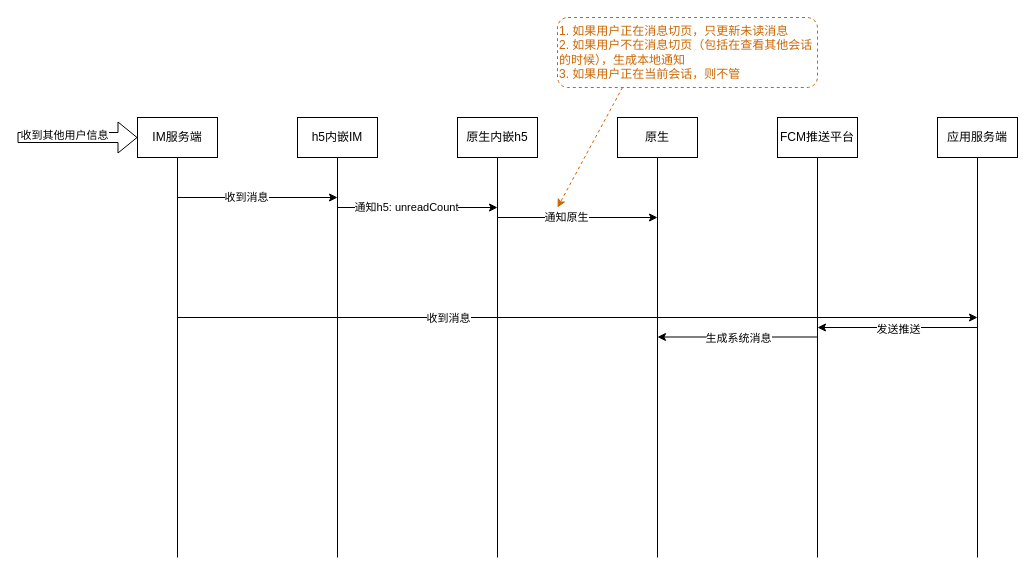
The draw.io diagram design/内嵌IM通知交互.drawio in cqxx1990/game-box, before the edit. Source tidied: cells renumbered, new cells numbered last; positions are measured from the earlier drawing's top-left corner, leaving out a move shared by most shapes. Both pictures are drawn from the tidied source at 100%, with x=0, y=0 at pixel (17, 17).
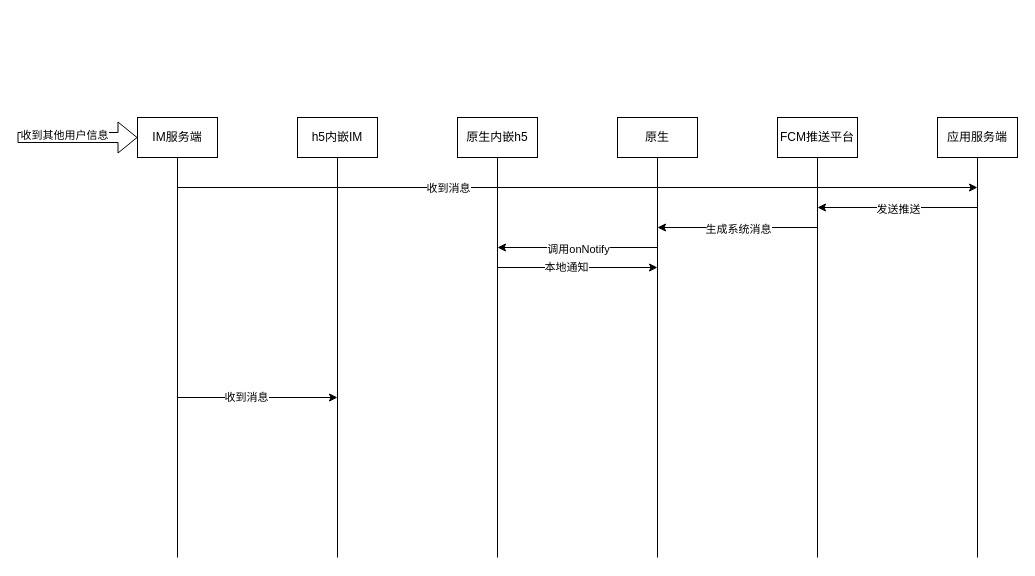
Above is the later version.

Commit message:
更新内嵌IM通知交互.drawio

The change refers to these unchanged cells:
```xml
<mxCell id="2" style="group;" parent="1" vertex="1">
  <mxGeometry x="600" y="100" width="80" height="440" as="geometry" />
</mxCell>
<mxCell id="7" style="group;" parent="1" vertex="1">
  <mxGeometry x="440" y="100" width="80" height="440" as="geometry" />
</mxCell>
<mxCell id="18" style="group;" parent="1" vertex="1">
  <mxGeometry x="920" y="100" width="80" height="440" as="geometry" />
</mxCell>
```

What changed in the source:
```diff
@@
-    <mxCell id="5" style="endArrow=classic;html=1;rounded=0;" parent="2" edge="1">
-      <mxGeometry relative="1" as="geometry">
-        <mxPoint x="200" y="219.5" as="sourcePoint" />
-        <mxPoint x="40" y="219.5" as="targetPoint" />
-      </mxGeometry>
-    </mxCell>
-    <mxCell id="6" value="生成系统消息" style="edgeLabel;html=1;align=center;verticalAlign=middle;" parent="5" vertex="1">
-      <mxGeometry x="-0.15" y="1" relative="1" as="geometry">
-        <mxPoint x="-12" as="offset" />
-      </mxGeometry>
-    </mxCell>
@@
-    <mxCell id="10" style="endArrow=classic;html=1;rounded=0;" parent="7" edge="1">
-      <mxGeometry relative="1" as="geometry">
-        <mxPoint x="-120" y="90" as="sourcePoint" />
-        <mxPoint x="40" y="90" as="targetPoint" />
-      </mxGeometry>
-    </mxCell>
-    <mxCell id="11" value="通知h5: unreadCount" style="edgeLabel;html=1;align=center;verticalAlign=middle;" parent="10" vertex="1">
-      <mxGeometry x="-0.15" y="1" relative="1" as="geometry" />
-    </mxCell>
+    <mxCell id="36" style="endArrow=classic;html=1;rounded=0;" parent="7" edge="1">
+      <mxGeometry relative="1" as="geometry">
+        <mxPoint x="200" y="130" as="sourcePoint" />
+        <mxPoint x="40" y="130" as="targetPoint" />
+      </mxGeometry>
+    </mxCell>
+    <mxCell id="37" value="调用onNotify" style="edgeLabel;html=1;align=center;verticalAlign=middle;" parent="36" vertex="1">
+      <mxGeometry x="-0.15" y="1" relative="1" as="geometry">
+        <mxPoint x="-12" as="offset" />
+      </mxGeometry>
+    </mxCell>
@@
-    <mxCell id="21" style="endArrow=classic;html=1;rounded=0;" parent="18" edge="1">
-      <mxGeometry relative="1" as="geometry">
-        <mxPoint x="40" y="210" as="sourcePoint" />
-        <mxPoint x="-120" y="210" as="targetPoint" />
-      </mxGeometry>
-    </mxCell>
-    <mxCell id="22" value="发送推送" style="edgeLabel;html=1;align=center;verticalAlign=middle;" parent="21" vertex="1">
-      <mxGeometry x="-0.15" y="1" relative="1" as="geometry">
-        <mxPoint x="-12" as="offset" />
-      </mxGeometry>
-    </mxCell>
@@
     <mxCell id="28" style="endArrow=classic;html=1;rounded=0;" parent="1" edge="1">
       <mxGeometry relative="1" as="geometry">
-        <mxPoint x="160" y="180" as="sourcePoint" />
-        <mxPoint x="320" y="180" as="targetPoint" />
+        <mxPoint x="160" y="380" as="sourcePoint" />
+        <mxPoint x="320" y="380" as="targetPoint" />
       </mxGeometry>
     </mxCell>
@@
-    <mxCell id="30" style="endArrow=classic;html=1;rounded=0;" parent="1" edge="1">
-      <mxGeometry relative="1" as="geometry">
-        <mxPoint x="480" y="200" as="sourcePoint" />
-        <mxPoint x="640" y="200" as="targetPoint" />
-      </mxGeometry>
-    </mxCell>
-    <mxCell id="31" value="通知原生" style="edgeLabel;html=1;align=center;verticalAlign=middle;" parent="30" vertex="1">
-      <mxGeometry x="-0.15" y="1" relative="1" as="geometry" />
-    </mxCell>
     <mxCell id="32" style="endArrow=classic;html=1;rounded=0;" parent="1" edge="1">
       <mxGeometry relative="1" as="geometry">
-        <mxPoint x="160" y="300" as="sourcePoint" />
-        <mxPoint x="960" y="300" as="targetPoint" />
+        <mxPoint x="160" y="170" as="sourcePoint" />
+        <mxPoint x="960" y="170" as="targetPoint" />
       </mxGeometry>
     </mxCell>
@@
-    <mxCell id="34" style="rounded=0;jettySize=auto;html=1;exitX=0.25;exitY=1;exitDx=0;exitDy=0;dashed=1;strokeColor=#CC6600;" parent="1" edge="1" source="35">
-      <mxGeometry relative="1" as="geometry">
-        <mxPoint x="540" y="190" as="targetPoint" />
-      </mxGeometry>
-    </mxCell>
-    <mxCell id="35" value="1. 如果用户正在消息切页，只更新未读消息&lt;div&gt;2. 如果用户不在消息切页（包括在查看其他会话的时候），生成本地通知&lt;/div&gt;&lt;div&gt;3. 如果用户正在当前会话，则不管&lt;/div&gt;" style="rounded=1;whiteSpace=wrap;html=1;align=left;verticalAlign=top;dashed=1;strokeColor=#CC6600;fontColor=#CC6600;" parent="1" vertex="1">
-      <mxGeometry x="540" width="260" height="70" as="geometry" />
-    </mxCell>
+    <mxCell id="21" style="endArrow=classic;html=1;rounded=0;" parent="1" edge="1">
+      <mxGeometry relative="1" as="geometry">
+        <mxPoint x="960" y="190" as="sourcePoint" />
+        <mxPoint x="800" y="190" as="targetPoint" />
+      </mxGeometry>
+    </mxCell>
+    <mxCell id="22" value="发送推送" style="edgeLabel;html=1;align=center;verticalAlign=middle;" parent="21" vertex="1">
+      <mxGeometry x="-0.15" y="1" relative="1" as="geometry">
+        <mxPoint x="-12" as="offset" />
+      </mxGeometry>
+    </mxCell>
+    <mxCell id="5" style="endArrow=classic;html=1;rounded=0;" parent="1" edge="1">
+      <mxGeometry relative="1" as="geometry">
+        <mxPoint x="800" y="210" as="sourcePoint" />
+        <mxPoint x="640" y="210" as="targetPoint" />
+      </mxGeometry>
+    </mxCell>
+    <mxCell id="6" value="生成系统消息" style="edgeLabel;html=1;align=center;verticalAlign=middle;" parent="5" vertex="1">
+      <mxGeometry x="-0.15" y="1" relative="1" as="geometry">
+        <mxPoint x="-12" as="offset" />
+      </mxGeometry>
+    </mxCell>
+    <mxCell id="38" style="endArrow=classic;html=1;rounded=0;" parent="1" edge="1">
+      <mxGeometry relative="1" as="geometry">
+        <mxPoint x="480" y="250" as="sourcePoint" />
+        <mxPoint x="640" y="250" as="targetPoint" />
+      </mxGeometry>
+    </mxCell>
+    <mxCell id="39" value="本地通知" style="edgeLabel;html=1;align=center;verticalAlign=middle;" parent="38" vertex="1">
+      <mxGeometry x="-0.15" y="1" relative="1" as="geometry" />
+    </mxCell>
```
